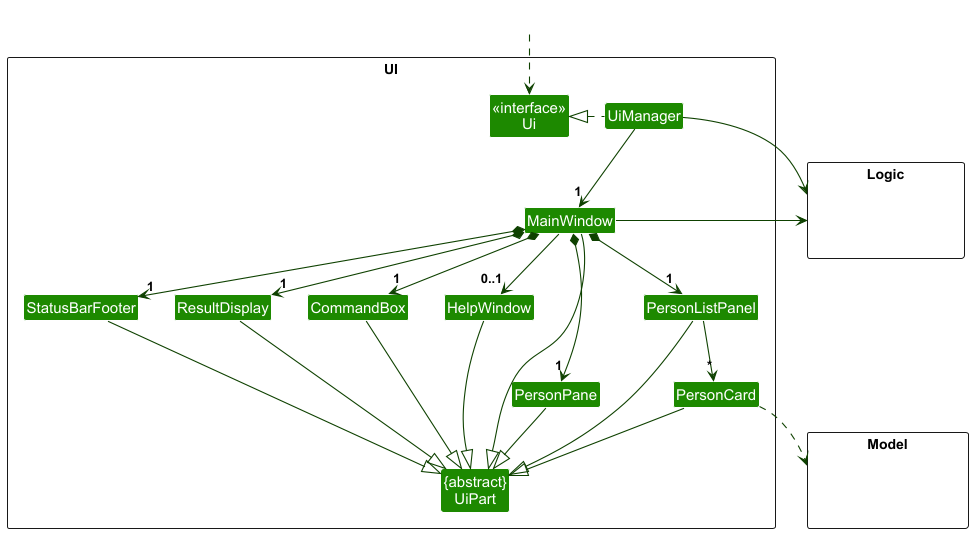
Above: docs/images/developer-guide-images/UiClassDiagram.png in nus-cs2103-AY2425S1/tp (PlantUML), before the change. Source of this version:
```plantuml
@startuml
!include style.puml
skinparam arrowThickness 1.1
skinparam arrowColor UI_COLOR_T4
skinparam classBackgroundColor UI_COLOR

package UI <<Rectangle>>{
Class "<<interface>>\nUi" as Ui
Class "{abstract}\nUiPart" as UiPart
Class UiManager
Class MainWindow
Class HelpWindow
Class ResultDisplay
Class PersonListPanel
Class PersonCard
Class PersonPane
Class StatusBarFooter
Class CommandBox
}

package Model <<Rectangle>> {
Class HiddenModel #FFFFFF
}

package Logic <<Rectangle>> {
Class HiddenLogic #FFFFFF
}

Class HiddenOutside #FFFFFF
HiddenOutside ..> Ui

UiManager .left.|> Ui
UiManager -down-> "1" MainWindow
MainWindow *-down->  "1" CommandBox
MainWindow *-down-> "1" ResultDisplay
MainWindow *-down-> "1" PersonListPanel
MainWindow *-down-> "1" PersonPane
MainWindow *-down-> "1" StatusBarFooter
MainWindow --> "0..1" HelpWindow

PersonListPanel -down-> "*" PersonCard

MainWindow -left-|> UiPart

ResultDisplay --|> UiPart
CommandBox --|> UiPart
PersonListPanel --|> UiPart
PersonCard --|> UiPart
PersonPane --|> UiPart
StatusBarFooter --|> UiPart
HelpWindow --|> UiPart

PersonCard ..> Model
UiManager -right-> Logic
MainWindow -left-> Logic

PersonListPanel -[hidden]left- HelpWindow
HelpWindow -[hidden]left- CommandBox
CommandBox -[hidden]left- ResultDisplay
ResultDisplay -[hidden]left- StatusBarFooter

MainWindow -[hidden]-|> UiPart
@enduml
```
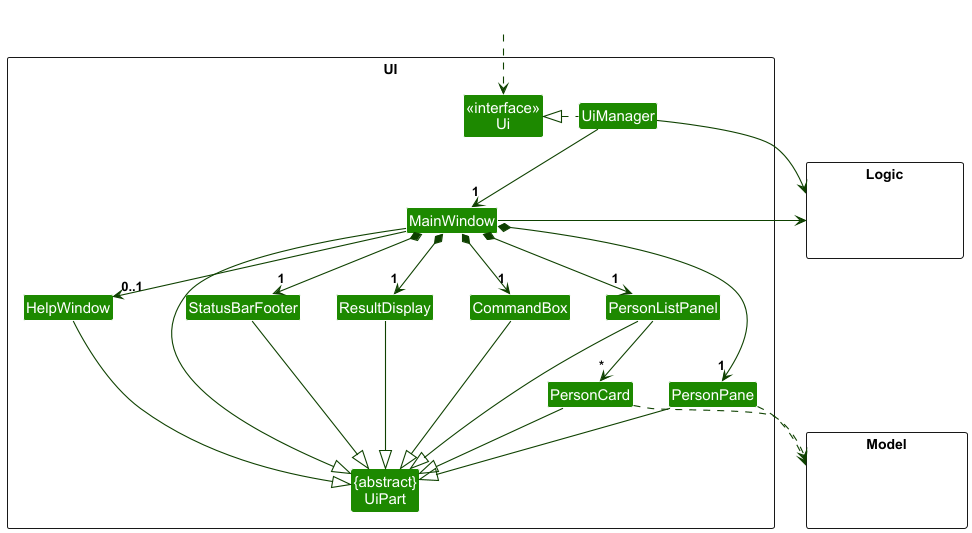
Above is the later version.

Commit message:
Resolve issue 266 add UI dependency

The edit, as a diff of the source:
```diff
@@ -51,6 +51,7 @@
 HelpWindow --|> UiPart
 
 PersonCard ..> Model
+PersonPane ..> Model
 UiManager -right-> Logic
 MainWindow -left-> Logic
 
```
